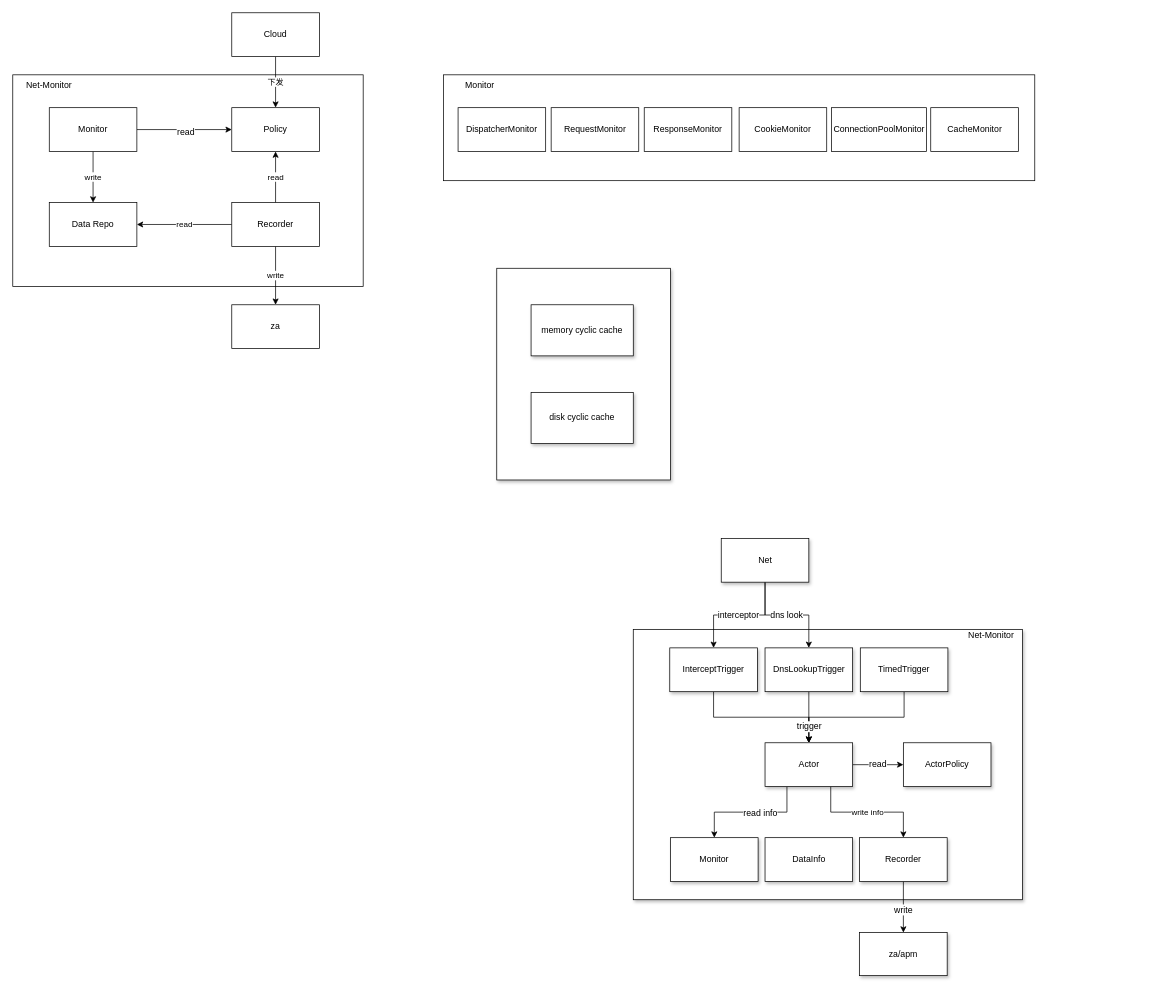
This is okhttp_monitor.drawio from CreateChance/DrawIO, a draw.io file, before an edit. Source tidied: cells renumbered, new cells numbered last; positions are measured from the earlier drawing's top-left corner, leaving out a move shared by most shapes. Both pictures are drawn from the tidied source at 73%, with x=0, y=0 at pixel (12, 12).
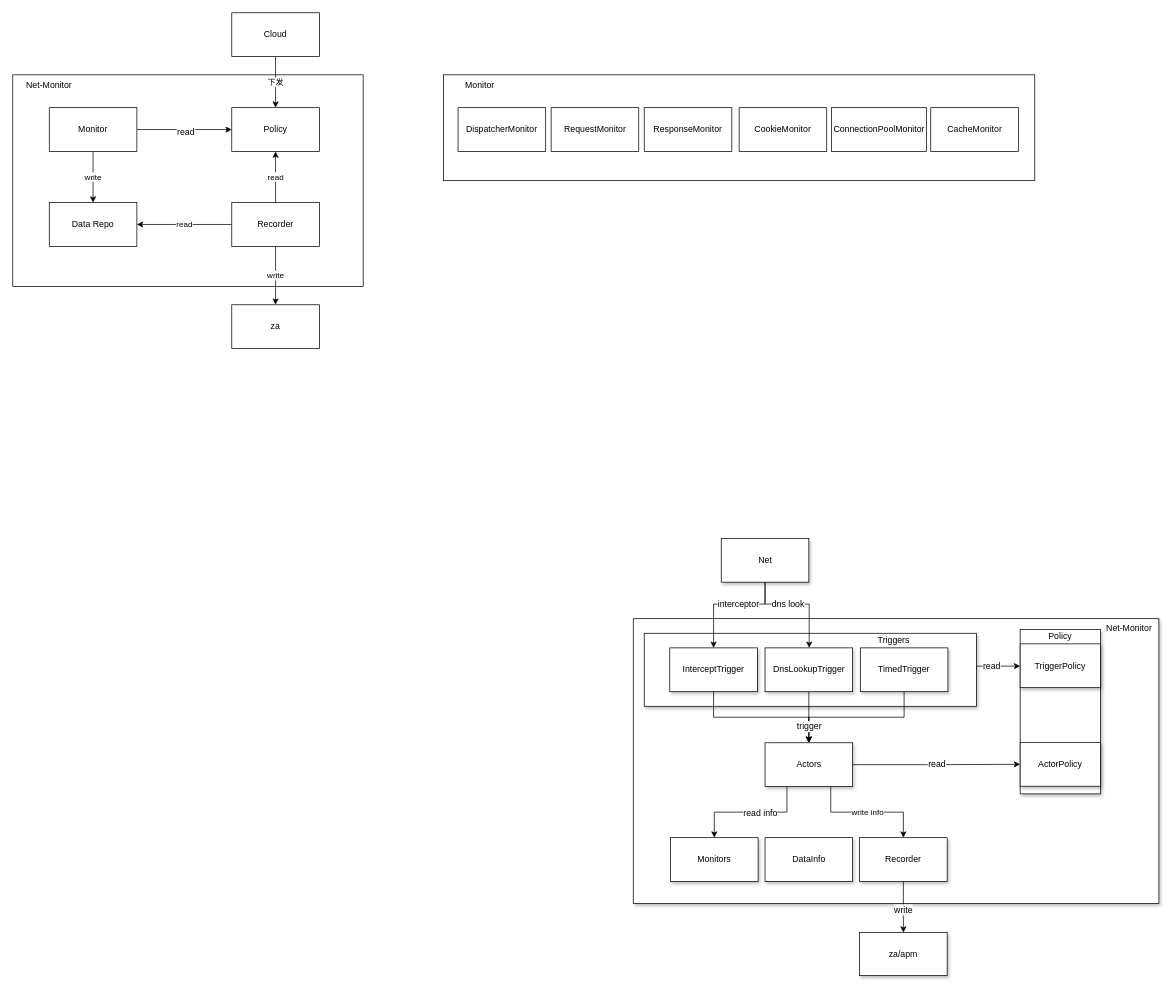
After the change.

The change refers to these unchanged cells:
```xml
<mxCell id="42" value="InterceptTrigger" style="rounded=0;whiteSpace=wrap;html=1;shadow=1;" parent="1" vertex="1">
  <mxGeometry x="900" y="870" width="120" height="60" as="geometry" />
</mxCell>
<mxCell id="44" value="DnsLookupTrigger" style="rounded=0;whiteSpace=wrap;html=1;shadow=1;" parent="1" vertex="1">
  <mxGeometry x="1030.5" y="870" width="120" height="60" as="geometry" />
</mxCell>
<mxCell id="53" value="Net" style="rounded=0;whiteSpace=wrap;html=1;shadow=1;" parent="1" vertex="1">
  <mxGeometry x="970.5" y="720" width="120" height="60" as="geometry" />
</mxCell>
```

Change to the diagram source:
```diff
@@
     <mxCell id="2" style="rounded=0;whiteSpace=wrap;html=1;shadow=1;" parent="1" vertex="1">
-      <mxGeometry x="850" y="845" width="533" height="370" as="geometry" />
+      <mxGeometry x="850" y="830" width="720" height="390" as="geometry" />
     </mxCell>
-    <mxCell id="3" style="rounded=0;whiteSpace=wrap;html=1;shadow=1;" parent="1" vertex="1">
-      <mxGeometry x="663" y="350" width="238" height="290" as="geometry" />
-    </mxCell>
+    <mxCell id="55" style="edgeStyle=orthogonalEdgeStyle;rounded=0;jettySize=auto;html=1;exitX=1;exitY=0.5;exitDx=0;exitDy=0;" parent="1" edge="1" source="57" target="61">
+      <mxGeometry relative="1" as="geometry">
+        <Array as="points">
+          <mxPoint x="1320" y="895" />
+        </Array>
+      </mxGeometry>
+    </mxCell>
+    <mxCell id="56" value="read" style="text;html=1;align=center;verticalAlign=middle;labelBackgroundColor=#ffffff;" parent="55" vertex="1">
+      <mxGeometry y="-4" relative="1" as="geometry">
+        <mxPoint x="-8" y="-5" as="offset" />
+      </mxGeometry>
+    </mxCell>
+    <mxCell id="57" style="rounded=0;whiteSpace=wrap;html=1;shadow=1;" parent="1" vertex="1">
+      <mxGeometry x="865" y="850" width="455" height="100" as="geometry" />
+    </mxCell>
@@
-    <mxCell id="27" value="memory cyclic cache" style="rounded=0;whiteSpace=wrap;html=1;shadow=1;" parent="1" vertex="1">
-      <mxGeometry x="710" y="400" width="140" height="70" as="geometry" />
-    </mxCell>
-    <mxCell id="28" value="&lt;span&gt;disk cyclic cache&lt;/span&gt;" style="rounded=0;whiteSpace=wrap;html=1;shadow=1;" parent="1" vertex="1">
-      <mxGeometry x="710" y="520" width="140" height="70" as="geometry" />
-    </mxCell>
-    <mxCell id="29" style="edgeStyle=orthogonalEdgeStyle;rounded=0;jettySize=auto;html=1;exitX=1;exitY=0.5;exitDx=0;exitDy=0;" parent="1" edge="1" source="34" target="40">
-      <mxGeometry relative="1" as="geometry" />
-    </mxCell>
-    <mxCell id="30" value="read" style="text;html=1;align=center;verticalAlign=middle;labelBackgroundColor=#ffffff;" parent="29" vertex="1">
-      <mxGeometry x="0.25" y="1" relative="1" as="geometry">
-        <mxPoint x="-9" as="offset" />
-      </mxGeometry>
-    </mxCell>
@@
+    <mxCell id="58" style="edgeStyle=orthogonalEdgeStyle;rounded=0;jettySize=auto;html=1;exitX=1;exitY=0.5;exitDx=0;exitDy=0;" parent="1" edge="1" source="34" target="62">
+      <mxGeometry relative="1" as="geometry" />
+    </mxCell>
+    <mxCell id="59" value="read" style="text;html=1;align=center;verticalAlign=middle;labelBackgroundColor=#ffffff;" parent="58" vertex="1">
+      <mxGeometry relative="1" as="geometry" />
+    </mxCell>
-    <mxCell id="34" value="Actor" style="rounded=0;whiteSpace=wrap;html=1;shadow=1;" parent="1" vertex="1">
+    <mxCell id="34" value="Actors" style="rounded=0;whiteSpace=wrap;html=1;shadow=1;" parent="1" vertex="1">
       <mxGeometry x="1030.5" y="1000" width="120" height="60" as="geometry" />
     </mxCell>
-    <mxCell id="35" value="Monitor" style="rounded=0;whiteSpace=wrap;html=1;shadow=1;" parent="1" vertex="1">
+    <mxCell id="35" value="Monitors" style="rounded=0;whiteSpace=wrap;html=1;shadow=1;" parent="1" vertex="1">
       <mxGeometry x="901" y="1130" width="120" height="60" as="geometry" />
     </mxCell>
@@
-    <mxCell id="40" value="ActorPolicy" style="rounded=0;whiteSpace=wrap;html=1;shadow=1;" parent="1" vertex="1">
-      <mxGeometry x="1220" y="1000" width="120" height="60" as="geometry" />
+    <mxCell id="40" style="rounded=0;whiteSpace=wrap;html=1;shadow=1;" parent="1" vertex="1">
+      <mxGeometry x="1380" y="845" width="110" height="225" as="geometry" />
     </mxCell>
@@
     <mxCell id="48" value="Net-Monitor" style="text;html=1;strokeColor=none;fillColor=none;align=center;verticalAlign=middle;whiteSpace=wrap;rounded=0;shadow=1;" parent="1" vertex="1">
-      <mxGeometry x="1300.5" y="845" width="79" height="15" as="geometry" />
+      <mxGeometry x="1490" y="835" width="79" height="15" as="geometry" />
     </mxCell>
     <mxCell id="49" style="edgeStyle=orthogonalEdgeStyle;rounded=0;jettySize=auto;html=1;exitX=0.5;exitY=1;exitDx=0;exitDy=0;entryX=0.5;entryY=0;entryDx=0;entryDy=0;" parent="1" edge="1" source="53" target="42">
-      <mxGeometry relative="1" as="geometry" />
+      <mxGeometry relative="1" as="geometry">
+        <Array as="points">
+          <mxPoint x="1031" y="810" />
+          <mxPoint x="960" y="810" />
+        </Array>
+      </mxGeometry>
     </mxCell>
     <mxCell id="50" value="interceptor" style="text;html=1;align=center;verticalAlign=middle;labelBackgroundColor=#ffffff;" parent="49" vertex="1">
       <mxGeometry x="0.12" y="-1" relative="1" as="geometry">
-        <mxPoint x="8" as="offset" />
+        <mxPoint x="23" as="offset" />
       </mxGeometry>
     </mxCell>
     <mxCell id="51" style="edgeStyle=orthogonalEdgeStyle;rounded=0;jettySize=auto;html=1;exitX=0.5;exitY=1;exitDx=0;exitDy=0;" parent="1" edge="1" source="53" target="44">
-      <mxGeometry relative="1" as="geometry" />
+      <mxGeometry relative="1" as="geometry">
+        <Array as="points">
+          <mxPoint x="1031" y="810" />
+          <mxPoint x="1091" y="810" />
+        </Array>
+      </mxGeometry>
     </mxCell>
     <mxCell id="52" value="dns look" style="text;html=1;align=center;verticalAlign=middle;labelBackgroundColor=#ffffff;" parent="51" vertex="1">
       <mxGeometry x="-0.12" y="3" relative="1" as="geometry">
-        <mxPoint x="8" y="2" as="offset" />
+        <mxPoint x="-5" y="2" as="offset" />
       </mxGeometry>
     </mxCell>
@@
+    <mxCell id="60" value="Policy" style="text;html=1;strokeColor=none;fillColor=none;align=center;verticalAlign=middle;whiteSpace=wrap;rounded=0;shadow=1;" parent="1" vertex="1">
+      <mxGeometry x="1415" y="844.5" width="40" height="20" as="geometry" />
+    </mxCell>
+    <mxCell id="61" value="TriggerPolicy" style="rounded=0;whiteSpace=wrap;html=1;shadow=1;" parent="1" vertex="1">
+      <mxGeometry x="1380" y="864.5" width="110" height="60" as="geometry" />
+    </mxCell>
+    <mxCell id="62" value="ActorPolicy" style="rounded=0;whiteSpace=wrap;html=1;shadow=1;" parent="1" vertex="1">
+      <mxGeometry x="1380" y="999.5" width="110" height="60" as="geometry" />
+    </mxCell>
+    <mxCell id="63" value="Triggers" style="text;html=1;strokeColor=none;fillColor=none;align=center;verticalAlign=middle;whiteSpace=wrap;rounded=0;shadow=1;" parent="1" vertex="1">
+      <mxGeometry x="1187" y="850" width="40" height="20" as="geometry" />
+    </mxCell>
```
